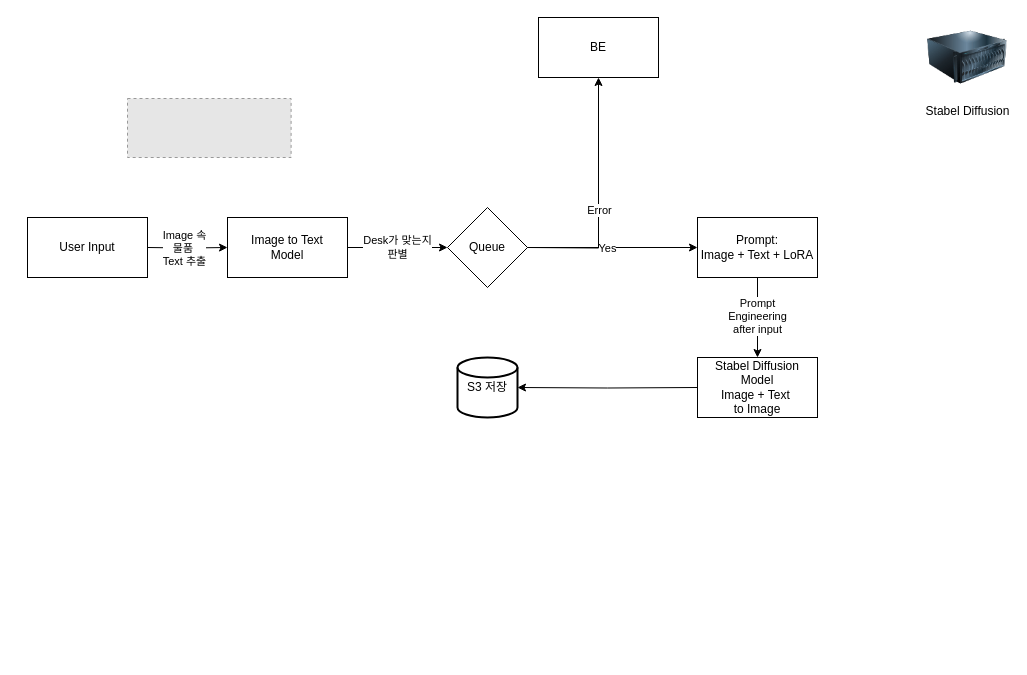
The draw.io diagram AI_API_다이어그램.drawio in ehdwo0427/draw_diagram, before the edit. Source tidied: cells renumbered, new cells numbered last; positions are measured from the earlier drawing's top-left corner, leaving out a move shared by most shapes. Both pictures are drawn from the tidied source at 100%, with x=0, y=0 at pixel (27, 17). Pictures stored in the file or linked from it are replaced by grey dashed boxes.
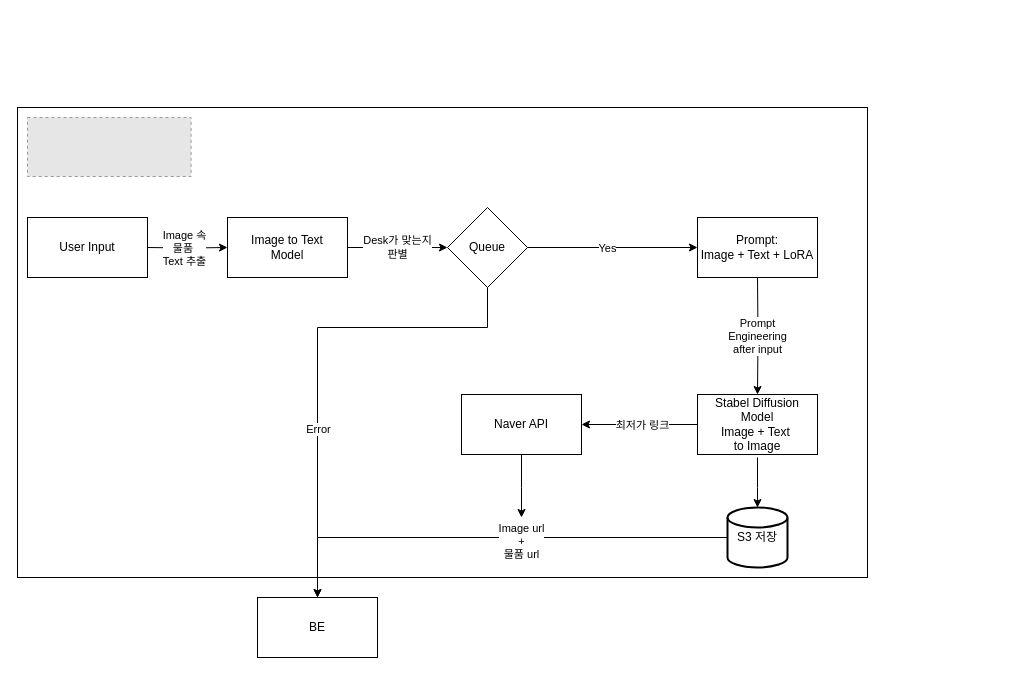
After the change.

Commit message (it also covers changes not shown here):
AI_API_다이어그램.drawio 업데이트

The change refers to these unchanged cells:
```xml
<mxCell id="12" value="Queue" style="rhombus;whiteSpace=wrap;html=1;rounded=0;" parent="1" vertex="1">
  <mxGeometry x="420" y="190" width="80" height="80" as="geometry" />
</mxCell>
```

Change to the diagram source:
```diff
@@
-    <mxCell id="2" value="Stabel Diffusion" style="image;html=1;image=img/lib/clip_art/computers/Server_128x128.png;" parent="1" vertex="1">
-      <mxGeometry x="900" width="80" height="80" as="geometry" />
-    </mxCell>
     <mxCell id="3" style="fillColor=#E6E6E6;strokeColor=#999999;dashed=1;verticalLabelPosition=bottom;labelBackgroundColor=default;verticalAlign=top;" parent="1" vertex="1">
-      <mxGeometry x="100" y="81" width="163.6" height="59" as="geometry" />
+      <mxGeometry y="100" width="163.6" height="59" as="geometry" />
     </mxCell>
@@
+    <mxCell id="21" style="edgeStyle=orthogonalEdgeStyle;rounded=0;jettySize=auto;html=1;" parent="1" edge="1" source="5" target="26">
+      <mxGeometry relative="1" as="geometry" />
+    </mxCell>
+    <mxCell id="22" value="최저가 링크" style="edgeLabel;html=1;align=center;verticalAlign=middle;" parent="21" vertex="1">
+      <mxGeometry x="-0.03" relative="1" as="geometry" />
+    </mxCell>
     <mxCell id="5" value="Stabel Diffusion&lt;div&gt;Model&lt;/div&gt;&lt;div&gt;Image + Text&amp;nbsp;&lt;/div&gt;&lt;div&gt;to Image&lt;/div&gt;" style="whiteSpace=wrap;html=1;rounded=0;" parent="1" vertex="1">
-      <mxGeometry x="670" y="340" width="120" height="60" as="geometry" />
+      <mxGeometry x="670" y="377" width="120" height="60" as="geometry" />
     </mxCell>
     <mxCell id="6" value="BE" style="whiteSpace=wrap;html=1;rounded=0;" parent="1" vertex="1">
-      <mxGeometry x="511" width="120" height="60" as="geometry" />
+      <mxGeometry x="230" y="580" width="120" height="60" as="geometry" />
     </mxCell>
-    <mxCell id="7" style="edgeStyle=orthogonalEdgeStyle;rounded=0;jettySize=auto;html=1;" parent="1" edge="1" target="6">
-      <mxGeometry relative="1" as="geometry">
-        <mxPoint x="500" y="230" as="sourcePoint" />
-      </mxGeometry>
-    </mxCell>
@@
+    <mxCell id="23" style="edgeStyle=orthogonalEdgeStyle;rounded=0;jettySize=auto;html=1;" parent="1" edge="1" source="13" target="6">
+      <mxGeometry relative="1" as="geometry" />
+    </mxCell>
+    <mxCell id="24" value="Image url&lt;div&gt;+&lt;/div&gt;&lt;div&gt;물품 url&lt;/div&gt;" style="edgeLabel;html=1;align=center;verticalAlign=middle;" parent="23" vertex="1">
+      <mxGeometry x="-0.12" y="3" relative="1" as="geometry" />
+    </mxCell>
     <mxCell id="13" value="S3 저장" style="strokeWidth=2;html=1;shape=mxgraph.flowchart.database;whiteSpace=wrap;" parent="1" vertex="1">
-      <mxGeometry x="430" y="340" width="60" height="60" as="geometry" />
+      <mxGeometry x="700" y="490" width="60" height="60" as="geometry" />
     </mxCell>
-    <mxCell id="14" style="edgeStyle=orthogonalEdgeStyle;rounded=0;orthogonalLoop=1;jettySize=auto;html=1;" parent="1" edge="1">
+    <mxCell id="14" style="edgeStyle=orthogonalEdgeStyle;rounded=0;jettySize=auto;html=1;entryX=0.5;entryY=0;entryDx=0;entryDy=0;" parent="1" edge="1" target="5">
       <mxGeometry relative="1" as="geometry">
         <mxPoint x="730" y="260" as="sourcePoint" />
-        <mxPoint x="730" y="340" as="targetPoint" />
       </mxGeometry>
     </mxCell>
     <mxCell id="15" value="Prompt&lt;div&gt;Engineering&lt;/div&gt;&lt;div&gt;after input&lt;/div&gt;" style="edgeLabel;html=1;align=center;verticalAlign=middle;" parent="14" vertex="1">
-      <mxGeometry x="-0.05" y="-1" relative="1" as="geometry" />
+      <mxGeometry x="-0.05" y="-1" relative="1" as="geometry">
+        <mxPoint y="2" as="offset" />
+      </mxGeometry>
     </mxCell>
@@
-    <mxCell id="18" style="edgeStyle=orthogonalEdgeStyle;rounded=0;jettySize=auto;html=1;" parent="1" edge="1" target="13">
+    <mxCell id="18" style="edgeStyle=orthogonalEdgeStyle;rounded=0;jettySize=auto;html=1;entryX=0.5;entryY=0;entryDx=0;entryDy=0;entryPerimeter=0;" parent="1" edge="1" target="13">
       <mxGeometry relative="1" as="geometry">
-        <mxPoint x="670" y="370" as="sourcePoint" />
+        <mxPoint x="730" y="440" as="sourcePoint" />
+        <Array as="points">
+          <mxPoint x="730" y="470" />
+          <mxPoint x="730" y="470" />
+        </Array>
       </mxGeometry>
     </mxCell>
+    <mxCell id="20" value="User Input" style="whiteSpace=wrap;html=1;rounded=0;" parent="1" vertex="1">
+      <mxGeometry y="200" width="120" height="60" as="geometry" />
+    </mxCell>
+    <mxCell id="25" style="endArrow=classic;html=1;rounded=0;exitX=0.5;exitY=1;exitDx=0;exitDy=0;entryX=0.5;entryY=0;entryDx=0;entryDy=0;" parent="1" edge="1" source="12" target="6">
+      <mxGeometry relative="1" as="geometry">
+        <Array as="points">
+          <mxPoint x="460" y="310" />
+          <mxPoint x="290" y="310" />
+        </Array>
+      </mxGeometry>
+    </mxCell>
-    <mxCell id="19" value="Error" style="edgeLabel;html=1;align=center;verticalAlign=middle;" parent="1" vertex="1">
-      <mxGeometry x="571" y="192.8" as="geometry" />
+    <mxCell id="19" value="Error" style="edgeLabel;html=1;align=center;verticalAlign=middle;" parent="25" vertex="1">
+      <mxGeometry x="-0.02" relative="1" as="geometry">
+        <mxPoint y="76" as="offset" />
+      </mxGeometry>
     </mxCell>
-    <mxCell id="20" value="User Input" style="whiteSpace=wrap;html=1;rounded=0;" parent="1" vertex="1">
-      <mxGeometry y="200" width="120" height="60" as="geometry" />
-    </mxCell>
+    <mxCell id="26" value="Naver API" style="whiteSpace=wrap;html=1;rounded=0;" parent="1" vertex="1">
+      <mxGeometry x="434" y="377" width="120" height="60" as="geometry" />
+    </mxCell>
+    <mxCell id="27" style="endArrow=classic;html=1;rounded=0;exitX=0.5;exitY=1;exitDx=0;exitDy=0;" parent="1" edge="1" source="26">
+      <mxGeometry relative="1" as="geometry">
+        <mxPoint x="494" y="500" as="targetPoint" />
+        <Array as="points">
+          <mxPoint x="494" y="470" />
+        </Array>
+      </mxGeometry>
+    </mxCell>
+    <mxCell id="28" style="rounded=0;whiteSpace=wrap;html=1;glass=0;fillColor=none;" parent="1" vertex="1">
+      <mxGeometry x="-10" y="90" width="850" height="470" as="geometry" />
+    </mxCell>
```
